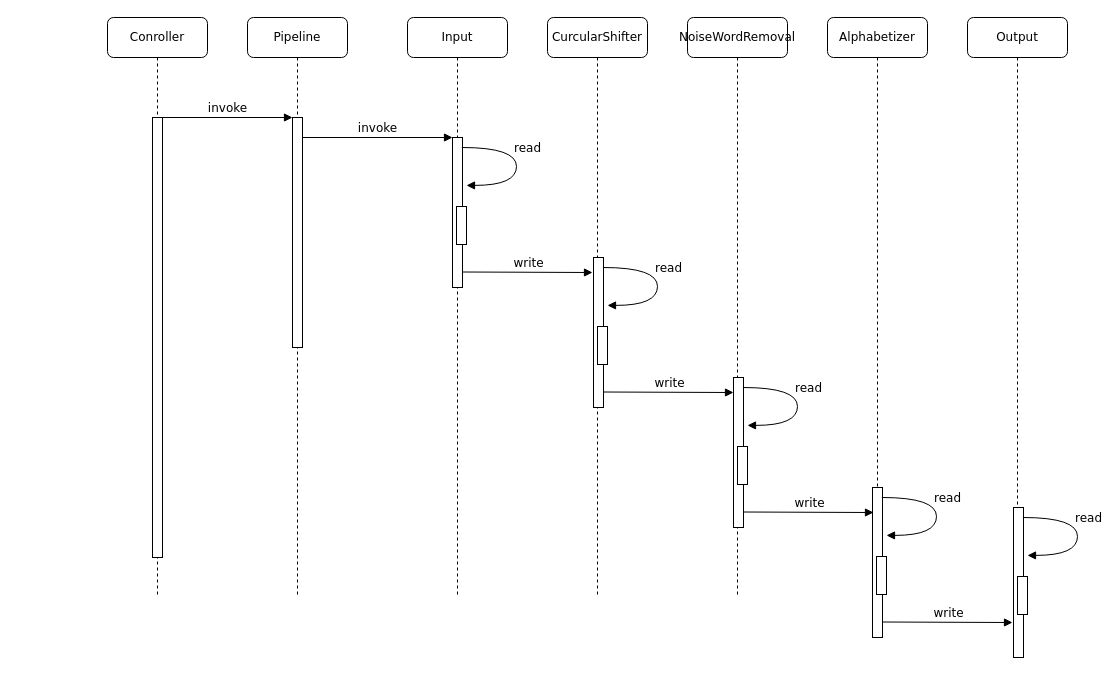
Above: Untitled Diagram.drawio in parveshj/577 (draw.io), before the change. Source tidied: cells renumbered, new cells numbered last; positions are measured from the earlier drawing's top-left corner, leaving out a move shared by most shapes. Both pictures are drawn from the tidied source at 100%, with x=0, y=0 at pixel (107, 17).
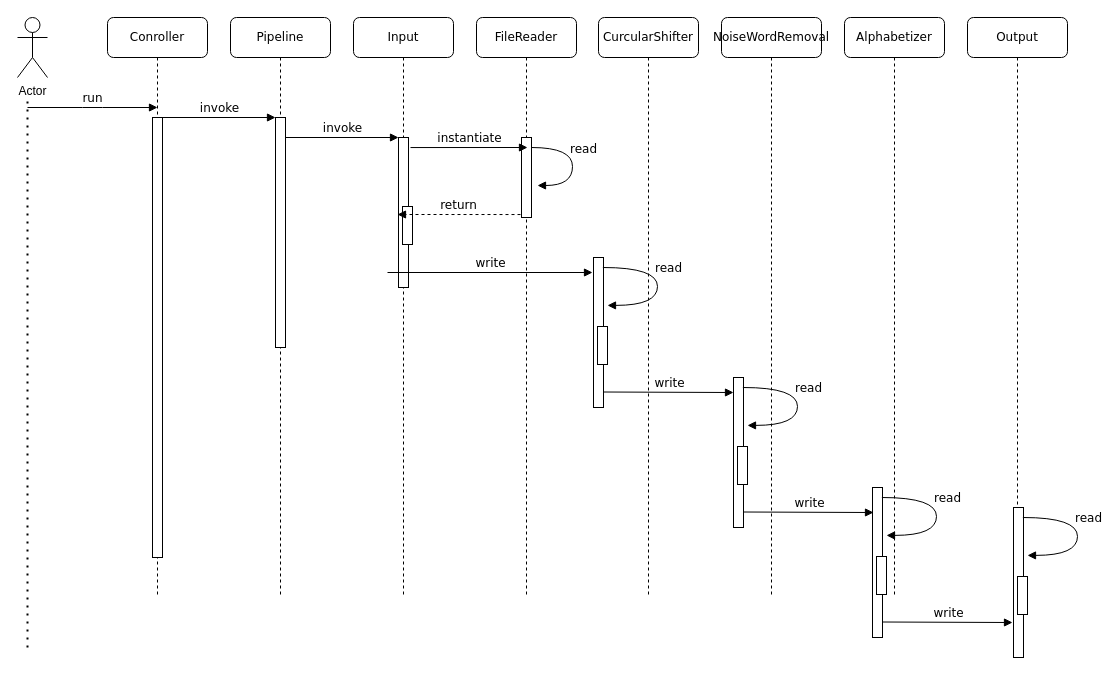
Above is the later version.

The change refers to these unchanged cells:
```xml
<mxCell id="5" style="html=1;points=[];perimeter=orthogonalPerimeter;rounded=0;shadow=0;comic=0;labelBackgroundColor=none;strokeWidth=1;fontFamily=Verdana;fontSize=12;align=center;" parent="4" vertex="1">
  <mxGeometry x="45" y="120" width="10" height="150" as="geometry" />
</mxCell>
```

Diff of the diagram source:
```diff
@@
     <mxCell id="2" value="Pipeline" style="shape=umlLifeline;perimeter=lifelinePerimeter;whiteSpace=wrap;html=1;rounded=1;shadow=0;comic=0;labelBackgroundColor=none;strokeWidth=1;fontFamily=Verdana;fontSize=12;align=center;" parent="1" vertex="1">
-      <mxGeometry x="140" width="100" height="580" as="geometry" />
+      <mxGeometry x="123" width="100" height="580" as="geometry" />
     </mxCell>
@@
     <mxCell id="4" value="Input" style="shape=umlLifeline;perimeter=lifelinePerimeter;whiteSpace=wrap;html=1;rounded=1;shadow=0;comic=0;labelBackgroundColor=none;strokeWidth=1;fontFamily=Verdana;fontSize=12;align=center;" parent="1" vertex="1">
-      <mxGeometry x="300" width="100" height="580" as="geometry" />
+      <mxGeometry x="246" width="100" height="580" as="geometry" />
     </mxCell>
@@
     <mxCell id="7" value="CurcularShifter" style="shape=umlLifeline;perimeter=lifelinePerimeter;whiteSpace=wrap;html=1;rounded=1;shadow=0;comic=0;labelBackgroundColor=none;strokeWidth=1;fontFamily=Verdana;fontSize=12;align=center;" parent="1" vertex="1">
-      <mxGeometry x="440" width="100" height="580" as="geometry" />
+      <mxGeometry x="491" width="100" height="580" as="geometry" />
     </mxCell>
     <mxCell id="8" value="NoiseWordRemoval" style="shape=umlLifeline;perimeter=lifelinePerimeter;whiteSpace=wrap;html=1;rounded=1;shadow=0;comic=0;labelBackgroundColor=none;strokeWidth=1;fontFamily=Verdana;fontSize=12;align=center;" parent="1" vertex="1">
-      <mxGeometry x="580" width="100" height="580" as="geometry" />
+      <mxGeometry x="614" width="100" height="580" as="geometry" />
     </mxCell>
     <mxCell id="9" value="Alphabetizer" style="shape=umlLifeline;perimeter=lifelinePerimeter;whiteSpace=wrap;html=1;rounded=1;shadow=0;comic=0;labelBackgroundColor=none;strokeWidth=1;fontFamily=Verdana;fontSize=12;align=center;" parent="1" vertex="1">
-      <mxGeometry x="720" width="100" height="580" as="geometry" />
+      <mxGeometry x="737" width="100" height="580" as="geometry" />
     </mxCell>
@@
-    <mxCell id="15" value="read" style="html=1;verticalAlign=bottom;endArrow=block;labelBackgroundColor=none;fontFamily=Verdana;fontSize=12;elbow=vertical;edgeStyle=orthogonalEdgeStyle;curved=1;entryX=1;entryY=0.286;entryPerimeter=0;exitX=1.038;exitY=0.345;exitPerimeter=0;" parent="1" edge="1">
-      <mxGeometry x="-0.09" y="11" relative="1" as="geometry">
-        <mxPoint x="354.4" y="130" as="sourcePoint" />
-        <mxPoint x="359" y="167.9" as="targetPoint" />
-        <Array as="points">
-          <mxPoint x="409" y="129.9" />
-          <mxPoint x="409" y="167.9" />
-        </Array>
-      </mxGeometry>
-    </mxCell>
     <mxCell id="16" value="write" style="html=1;verticalAlign=bottom;endArrow=block;entryX=0;entryY=0;labelBackgroundColor=none;fontFamily=Verdana;fontSize=12;edgeStyle=elbowEdgeStyle;elbow=vertical;" parent="1" edge="1">
       <mxGeometry relative="1" as="geometry">
-        <mxPoint x="355" y="254.5" as="sourcePoint" />
+        <mxPoint x="280" y="255" as="sourcePoint" />
         <mxPoint x="485" y="254.5" as="targetPoint" />
       </mxGeometry>
     </mxCell>
@@
+    <mxCell id="32" value="Actor" style="shape=umlActor;verticalLabelPosition=bottom;verticalAlign=top;html=1;" parent="1" vertex="1">
+      <mxGeometry x="-90" width="30" height="60" as="geometry" />
+    </mxCell>
+    <mxCell id="33" style="endArrow=none;dashed=1;html=1;dashPattern=1 3;strokeWidth=2;" parent="1" edge="1">
+      <mxGeometry relative="1" as="geometry">
+        <mxPoint x="-80" y="630" as="sourcePoint" />
+        <mxPoint x="-80" y="80" as="targetPoint" />
+      </mxGeometry>
+    </mxCell>
+    <mxCell id="34" value="run" style="html=1;verticalAlign=bottom;endArrow=block;entryX=0;entryY=0;labelBackgroundColor=none;fontFamily=Verdana;fontSize=12;edgeStyle=elbowEdgeStyle;elbow=vertical;" parent="1" edge="1">
+      <mxGeometry relative="1" as="geometry">
+        <mxPoint x="-80" y="90" as="sourcePoint" />
+        <mxPoint x="50" y="90" as="targetPoint" />
+      </mxGeometry>
+    </mxCell>
+    <mxCell id="35" value="FileReader" style="shape=umlLifeline;perimeter=lifelinePerimeter;whiteSpace=wrap;html=1;rounded=1;shadow=0;comic=0;labelBackgroundColor=none;strokeWidth=1;fontFamily=Verdana;fontSize=12;align=center;" parent="1" vertex="1">
+      <mxGeometry x="369" width="100" height="580" as="geometry" />
+    </mxCell>
+    <mxCell id="36" style="html=1;points=[];perimeter=orthogonalPerimeter;rounded=0;shadow=0;comic=0;labelBackgroundColor=none;strokeWidth=1;fontFamily=Verdana;fontSize=12;align=center;" parent="35" vertex="1">
+      <mxGeometry x="45" y="120" width="10" height="80" as="geometry" />
+    </mxCell>
+    <mxCell id="15" value="read" style="html=1;verticalAlign=bottom;endArrow=block;labelBackgroundColor=none;fontFamily=Verdana;fontSize=12;elbow=vertical;edgeStyle=orthogonalEdgeStyle;curved=1;exitX=1;exitY=0.125;exitDx=0;exitDy=0;exitPerimeter=0;" parent="1" edge="1" source="36">
+      <mxGeometry x="-0.09" y="11" relative="1" as="geometry">
+        <mxPoint x="430" y="168" as="targetPoint" />
+        <Array as="points">
+          <mxPoint x="465" y="130" />
+          <mxPoint x="465" y="168" />
+        </Array>
+      </mxGeometry>
+    </mxCell>
+    <mxCell id="37" value="instantiate" style="html=1;verticalAlign=bottom;endArrow=block;labelBackgroundColor=none;fontFamily=Verdana;fontSize=12;edgeStyle=elbowEdgeStyle;elbow=vertical;exitX=1.2;exitY=0.067;exitDx=0;exitDy=0;exitPerimeter=0;" parent="1" edge="1" source="5">
+      <mxGeometry relative="1" as="geometry">
+        <mxPoint x="420" y="130" as="targetPoint" />
+      </mxGeometry>
+    </mxCell>
+    <mxCell id="38" value="return" style="html=1;verticalAlign=bottom;endArrow=block;labelBackgroundColor=none;fontFamily=Verdana;fontSize=12;edgeStyle=elbowEdgeStyle;elbow=vertical;exitX=-0.1;exitY=0.963;exitDx=0;exitDy=0;exitPerimeter=0;dashed=1;" parent="1" edge="1" source="36">
+      <mxGeometry relative="1" as="geometry">
+        <mxPoint x="290" y="197" as="targetPoint" />
+      </mxGeometry>
+    </mxCell>
```
